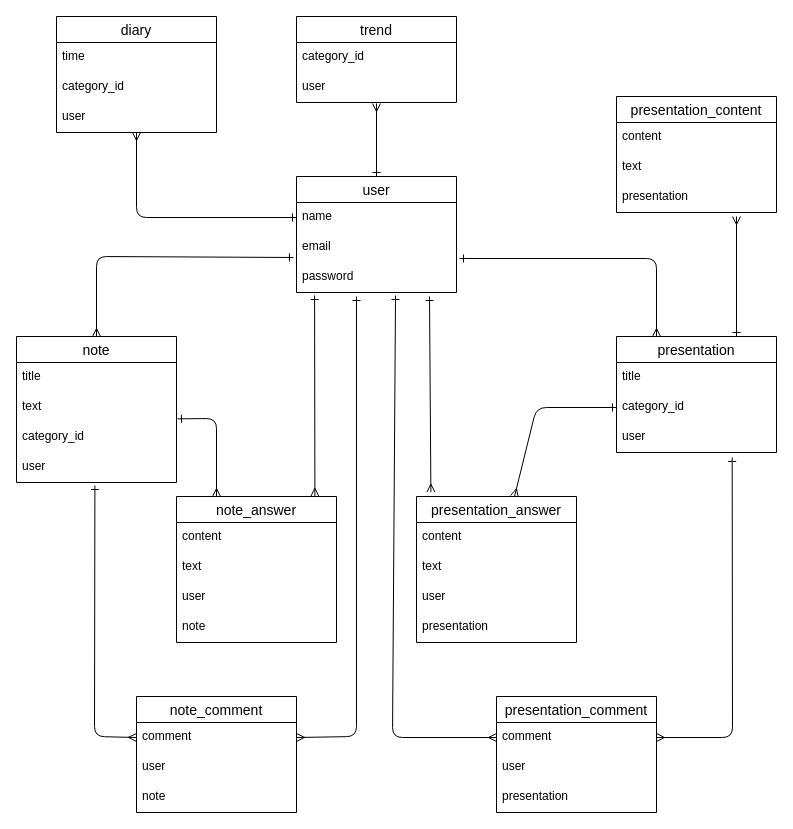
The draw.io diagram ER.dio in xcattleyax/outputera, before the edit. Source tidied: cells renumbered, new cells numbered last; positions are measured from the earlier drawing's top-left corner, leaving out a move shared by most shapes. Both pictures are drawn from the tidied source at 100%, with x=0, y=0 at pixel (16, 16).
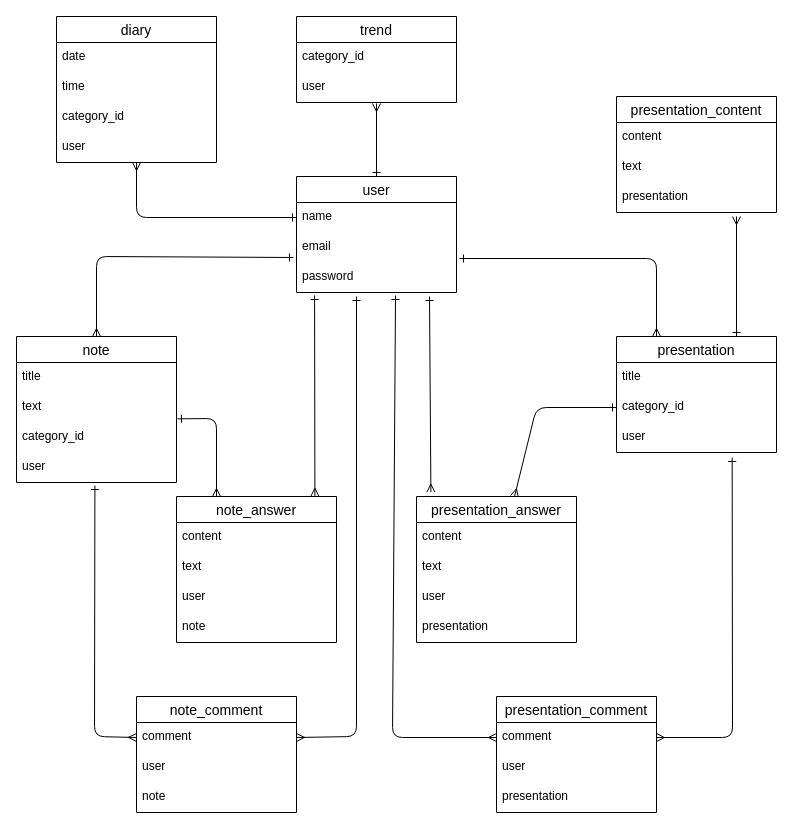
Above is the later version.

The edit, as a diff of the source:
```diff
@@
     <mxCell id="8" value="diary" style="swimlane;fontStyle=0;horizontal=1;startSize=26;align=center;fontSize=14;" parent="1" vertex="1">
-      <mxGeometry x="40" width="160" height="116" as="geometry" />
+      <mxGeometry x="40" width="160" height="146" as="geometry" />
     </mxCell>
+    <mxCell id="57" value="date" style="text;strokeColor=none;fillColor=none;spacingLeft=4;spacingRight=4;overflow=hidden;fontSize=12;" parent="8" vertex="1">
+      <mxGeometry y="26" width="160" height="30" as="geometry" />
+    </mxCell>
     <mxCell id="9" value="time" style="text;strokeColor=none;fillColor=none;spacingLeft=4;spacingRight=4;overflow=hidden;fontSize=12;" parent="8" vertex="1">
-      <mxGeometry y="26" width="160" height="30" as="geometry" />
+      <mxGeometry y="56" width="160" height="30" as="geometry" />
     </mxCell>
     <mxCell id="10" value="category_id" style="text;strokeColor=none;fillColor=none;spacingLeft=4;spacingRight=4;overflow=hidden;fontSize=12;" parent="8" vertex="1">
-      <mxGeometry y="56" width="160" height="30" as="geometry" />
+      <mxGeometry y="86" width="160" height="30" as="geometry" />
     </mxCell>
     <mxCell id="11" value="user" style="text;strokeColor=none;fillColor=none;spacingLeft=4;spacingRight=4;overflow=hidden;fontSize=12;" parent="8" vertex="1">
-      <mxGeometry y="86" width="160" height="30" as="geometry" />
+      <mxGeometry y="116" width="160" height="30" as="geometry" />
     </mxCell>
```
